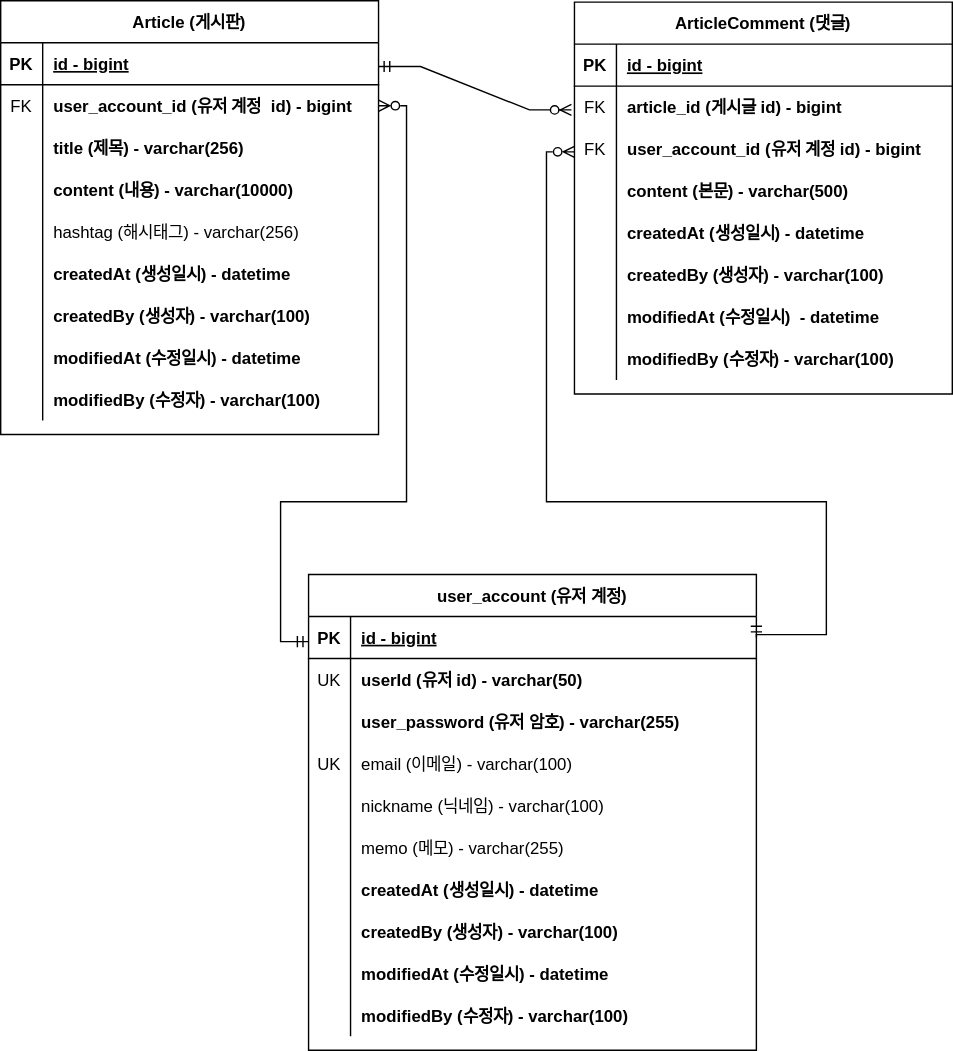
Earlier version of the draw.io export document/project-board-erd.svg (kimhyeyun/SPRING-BOARD-PROJECT). Source tidied: cells renumbered, new cells last; positions are measured from the earlier drawing's top-left corner, leaving out a move shared by most shapes.
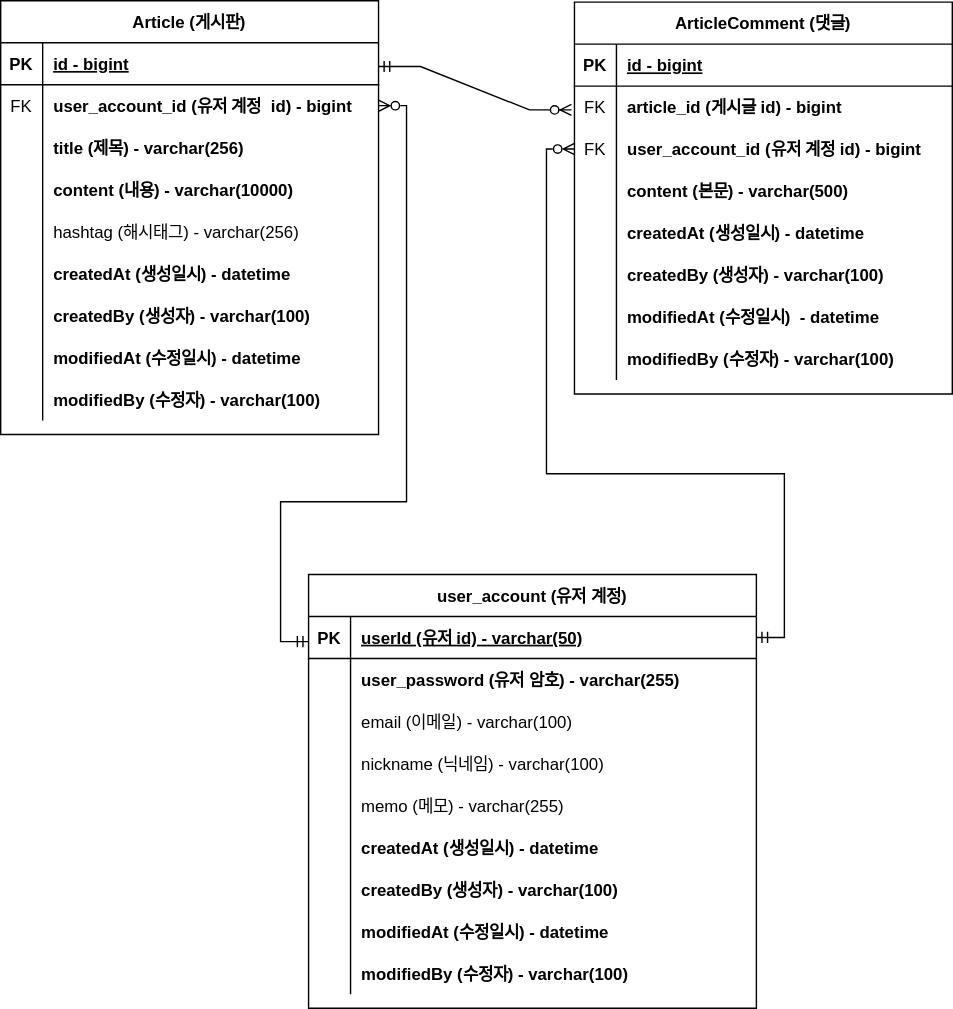
Above is the later version.

Commit message:
#42 - ERD 문서 수정 :회원 계정 user_id 를 PK로 변경

Change to the diagram source:
```diff
@@ -96,17 +96,6 @@
     <mxCell id="30" value="modifiedBy (수정자) - varchar(100)" style="shape=partialRectangle;overflow=hidden;fillColor=none;top=0;left=0;bottom=0;right=0;align=left;spacingLeft=6;fontStyle=1;" parent="28" vertex="1">
       <mxGeometry x="30" width="240" height="30" as="geometry" />
     </mxCell>
-    <mxCell id="31" style="edgeStyle=orthogonalEdgeStyle;rounded=0;jettySize=auto;html=1;startArrow=ERzeroToMany;startFill=0;endArrow=ERmandOne;endFill=0;entryX=1;entryY=0.5;entryDx=0;entryDy=0;entryPerimeter=0;" parent="1" edge="1" source="39" target="59">
-      <mxGeometry relative="1" as="geometry">
-        <Array as="points">
-          <mxPoint x="390" y="108" />
-          <mxPoint x="390" y="358" />
-          <mxPoint x="590" y="358" />
-          <mxPoint x="590" y="453" />
-          <mxPoint x="540" y="453" />
-        </Array>
-      </mxGeometry>
-    </mxCell>
     <mxCell id="32" value="ArticleComment (댓글)" style="shape=table;startSize=30;rowLines=0;fontStyle=1;align=center;" parent="1" vertex="1">
       <mxGeometry x="410" y="1" width="270" height="280" as="geometry" />
     </mxCell>
@@ -186,7 +175,7 @@
       <mxGeometry relative="1" as="geometry" />
     </mxCell>
     <mxCell id="58" value="user_account (유저 계정)" style="shape=table;startSize=30;rowLines=0;fontStyle=1;align=center;" parent="1" vertex="1">
-      <mxGeometry x="220" y="410" width="320" height="340" as="geometry" />
+      <mxGeometry x="220" y="410" width="320" height="310" as="geometry" />
     </mxCell>
     <mxCell id="59" style="shape=partialRectangle;fillColor=none;points=[[0,0.5],[1,0.5]];portConstraint=eastwest;top=0;left=0;right=0;bottom=1;" parent="58" vertex="1">
       <mxGeometry y="30" width="320" height="30" as="geometry" />
@@ -194,20 +183,11 @@
     <mxCell id="60" value="PK" style="shape=partialRectangle;overflow=hidden;fillColor=none;top=0;left=0;bottom=0;right=0;fontStyle=1;" parent="59" vertex="1">
       <mxGeometry width="30" height="30" as="geometry" />
     </mxCell>
-    <mxCell id="61" value="id - bigint" style="shape=partialRectangle;overflow=hidden;fillColor=none;top=0;left=0;bottom=0;right=0;align=left;spacingLeft=6;fontStyle=5;" parent="59" vertex="1">
+    <mxCell id="61" value="userId (유저 id) - varchar(50)" style="shape=partialRectangle;overflow=hidden;fillColor=none;top=0;left=0;bottom=0;right=0;align=left;spacingLeft=6;fontStyle=5;" parent="59" vertex="1">
       <mxGeometry x="30" width="290" height="30" as="geometry" />
     </mxCell>
-    <mxCell id="62" style="shape=partialRectangle;fillColor=none;top=0;left=0;right=0;bottom=0;" parent="58" vertex="1">
-      <mxGeometry y="60" width="320" height="30" as="geometry" />
-    </mxCell>
-    <mxCell id="63" value="UK" style="shape=partialRectangle;overflow=hidden;fillColor=none;top=0;left=0;bottom=0;right=0;" parent="62" vertex="1">
-      <mxGeometry width="30" height="30" as="geometry" />
-    </mxCell>
-    <mxCell id="64" value="userId (유저 id) - varchar(50)" style="shape=partialRectangle;overflow=hidden;fillColor=none;top=0;left=0;bottom=0;right=0;align=left;spacingLeft=6;fontStyle=1;" parent="62" vertex="1">
-      <mxGeometry x="30" width="290" height="30" as="geometry" />
-    </mxCell>
     <mxCell id="65" style="shape=partialRectangle;fillColor=none;top=0;left=0;right=0;bottom=0;" parent="58" vertex="1">
-      <mxGeometry y="90" width="320" height="30" as="geometry" />
+      <mxGeometry y="60" width="320" height="30" as="geometry" />
     </mxCell>
     <mxCell id="66" style="shape=partialRectangle;overflow=hidden;fillColor=none;top=0;left=0;bottom=0;right=0;" parent="65" vertex="1">
       <mxGeometry width="30" height="30" as="geometry" />
@@ -216,16 +196,16 @@
       <mxGeometry x="30" width="290" height="30" as="geometry" />
     </mxCell>
     <mxCell id="68" style="shape=partialRectangle;fillColor=none;top=0;left=0;right=0;bottom=0;" parent="58" vertex="1">
-      <mxGeometry y="120" width="320" height="30" as="geometry" />
+      <mxGeometry y="90" width="320" height="30" as="geometry" />
     </mxCell>
-    <mxCell id="69" value="UK" style="shape=partialRectangle;overflow=hidden;fillColor=none;top=0;left=0;bottom=0;right=0;" parent="68" vertex="1">
+    <mxCell id="69" style="shape=partialRectangle;overflow=hidden;fillColor=none;top=0;left=0;bottom=0;right=0;" parent="68" vertex="1">
       <mxGeometry width="30" height="30" as="geometry" />
     </mxCell>
     <mxCell id="70" value="email (이메일) - varchar(100)" style="shape=partialRectangle;overflow=hidden;fillColor=none;top=0;left=0;bottom=0;right=0;align=left;spacingLeft=6;fontStyle=0;" parent="68" vertex="1">
       <mxGeometry x="30" width="290" height="30" as="geometry" />
     </mxCell>
     <mxCell id="71" style="shape=partialRectangle;fillColor=none;top=0;left=0;right=0;bottom=0;" parent="58" vertex="1">
-      <mxGeometry y="150" width="320" height="30" as="geometry" />
+      <mxGeometry y="120" width="320" height="30" as="geometry" />
     </mxCell>
     <mxCell id="72" style="shape=partialRectangle;overflow=hidden;fillColor=none;top=0;left=0;bottom=0;right=0;" parent="71" vertex="1">
       <mxGeometry width="30" height="30" as="geometry" />
@@ -234,7 +214,7 @@
       <mxGeometry x="30" width="290" height="30" as="geometry" />
     </mxCell>
     <mxCell id="74" style="shape=partialRectangle;fillColor=none;top=0;left=0;right=0;bottom=0;" parent="58" vertex="1">
-      <mxGeometry y="180" width="320" height="30" as="geometry" />
+      <mxGeometry y="150" width="320" height="30" as="geometry" />
     </mxCell>
     <mxCell id="75" style="shape=partialRectangle;overflow=hidden;fillColor=none;top=0;left=0;bottom=0;right=0;" parent="74" vertex="1">
       <mxGeometry width="30" height="30" as="geometry" />
@@ -243,7 +223,7 @@
       <mxGeometry x="30" width="290" height="30" as="geometry" />
     </mxCell>
     <mxCell id="77" style="shape=partialRectangle;fillColor=none;top=0;left=0;right=0;bottom=0;" parent="58" vertex="1">
-      <mxGeometry y="210" width="320" height="30" as="geometry" />
+      <mxGeometry y="180" width="320" height="30" as="geometry" />
     </mxCell>
     <mxCell id="78" style="shape=partialRectangle;overflow=hidden;fillColor=none;top=0;left=0;bottom=0;right=0;" parent="77" vertex="1">
       <mxGeometry width="30" height="30" as="geometry" />
@@ -252,7 +232,7 @@
       <mxGeometry x="30" width="290" height="30" as="geometry" />
     </mxCell>
     <mxCell id="80" style="shape=partialRectangle;fillColor=none;top=0;left=0;right=0;bottom=0;" parent="58" vertex="1">
-      <mxGeometry y="240" width="320" height="30" as="geometry" />
+      <mxGeometry y="210" width="320" height="30" as="geometry" />
     </mxCell>
     <mxCell id="81" style="shape=partialRectangle;overflow=hidden;fillColor=none;top=0;left=0;bottom=0;right=0;" parent="80" vertex="1">
       <mxGeometry width="30" height="30" as="geometry" />
@@ -261,7 +241,7 @@
       <mxGeometry x="30" width="290" height="30" as="geometry" />
     </mxCell>
     <mxCell id="83" style="shape=partialRectangle;fillColor=none;top=0;left=0;right=0;bottom=0;" parent="58" vertex="1">
-      <mxGeometry y="270" width="320" height="30" as="geometry" />
+      <mxGeometry y="240" width="320" height="30" as="geometry" />
     </mxCell>
     <mxCell id="84" style="shape=partialRectangle;overflow=hidden;fillColor=none;top=0;left=0;bottom=0;right=0;" parent="83" vertex="1">
       <mxGeometry width="30" height="30" as="geometry" />
@@ -270,7 +250,7 @@
       <mxGeometry x="30" width="290" height="30" as="geometry" />
     </mxCell>
     <mxCell id="86" style="shape=partialRectangle;fillColor=none;top=0;left=0;right=0;bottom=0;" parent="58" vertex="1">
-      <mxGeometry y="300" width="320" height="30" as="geometry" />
+      <mxGeometry y="270" width="320" height="30" as="geometry" />
     </mxCell>
     <mxCell id="87" style="shape=partialRectangle;overflow=hidden;fillColor=none;top=0;left=0;bottom=0;right=0;" parent="86" vertex="1">
       <mxGeometry width="30" height="30" as="geometry" />
@@ -278,5 +258,15 @@
     <mxCell id="88" value="modifiedBy (수정자) - varchar(100)" style="shape=partialRectangle;overflow=hidden;fillColor=none;top=0;left=0;bottom=0;right=0;align=left;spacingLeft=6;fontStyle=1;" parent="86" vertex="1">
       <mxGeometry x="30" width="290" height="30" as="geometry" />
     </mxCell>
+    <mxCell id="31" style="edgeStyle=orthogonalEdgeStyle;rounded=0;jettySize=auto;html=1;entryX=1;entryY=0.5;entryDx=0;entryDy=0;entryPerimeter=0;startArrow=ERzeroToMany;startFill=0;endArrow=ERmandOne;endFill=0;" parent="1" edge="1" source="39" target="59">
+      <mxGeometry relative="1" as="geometry">
+        <Array as="points">
+          <mxPoint x="390" y="106" />
+          <mxPoint x="390" y="338" />
+          <mxPoint x="560" y="338" />
+          <mxPoint x="560" y="455" />
+        </Array>
+      </mxGeometry>
+    </mxCell>
   </root>
 </mxGraphModel>
```
